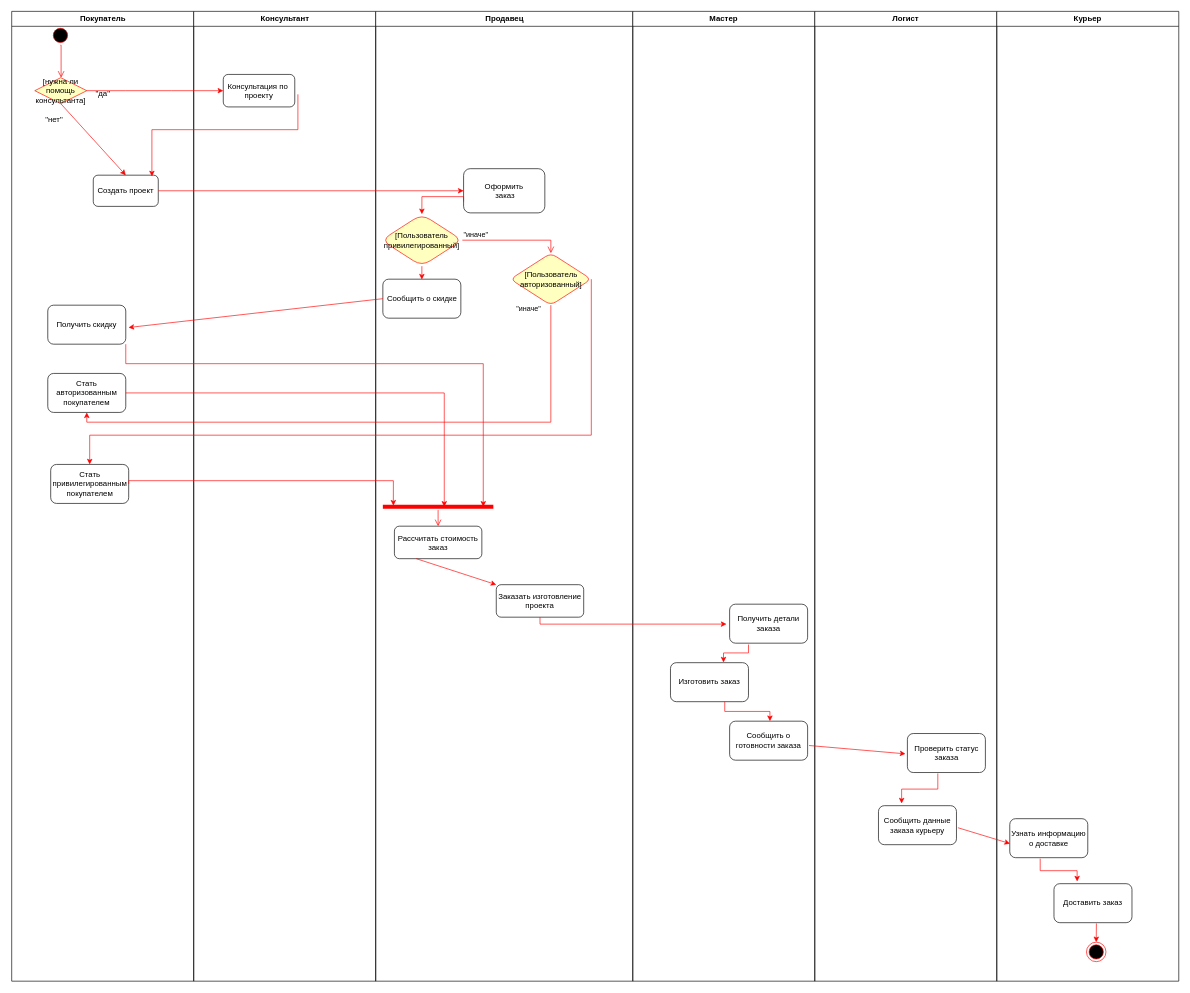
Before: activity diagram.drawio in shatanov/IT-exams, a draw.io diagram. Source tidied: cells renumbered, new cells numbered last; positions are measured from the earlier drawing's top-left corner, leaving out a move shared by most shapes. Both pictures are drawn from the tidied source at 65%, with x=0, y=0 at pixel (11, 11).
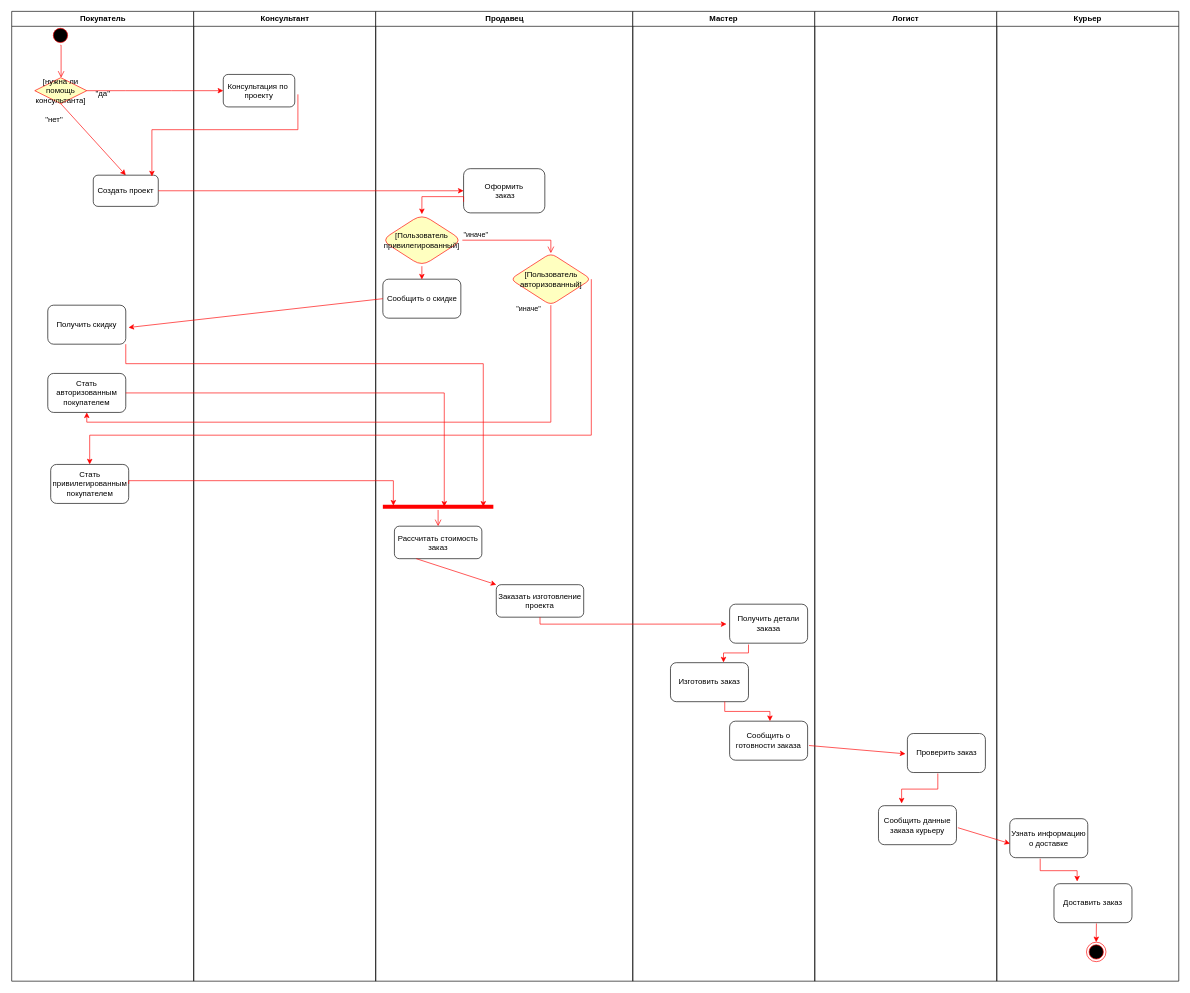
The same diagram, later.

The change refers to these unchanged cells:
```xml
<mxCell id="36" value="Логист" style="swimlane;whiteSpace=wrap;" parent="1" vertex="1">
  <mxGeometry x="1236" width="280" height="1492" as="geometry" />
</mxCell>
```

Change to the diagram source:
```diff
@@
-    <mxCell id="38" value="Проверить статус заказа" style="rounded=1;whiteSpace=wrap;html=1;" parent="36" vertex="1">
+    <mxCell id="38" value="Проверить заказ" style="rounded=1;whiteSpace=wrap;html=1;" parent="36" vertex="1">
       <mxGeometry x="142.5" y="1111" width="120" height="60" as="geometry" />
     </mxCell>
```
